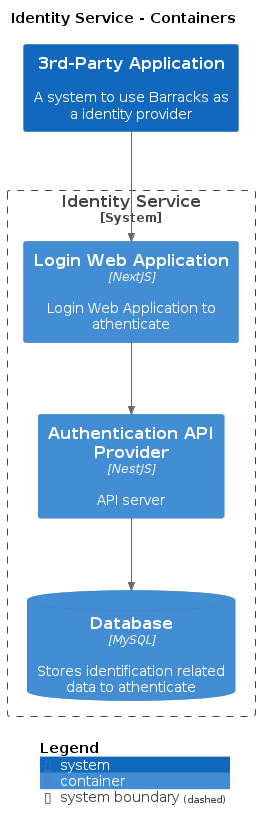
Earlier version of the PlantUML export master/png/Containers.png (IntellectusCorp/passguard-docs). Its diagram source:
```plantuml
@startuml
set separator none
title Identity Service - Containers

top to bottom direction

!include <C4/C4>
!include <C4/C4_Context>
!include <C4/C4_Container>

System(3rdPartyApplication, "3rd-Party Application", $descr="A system to use Barracks as a identity provider", $tags="", $link="")

System_Boundary("IdentityService_boundary", "Identity Service", $tags="") {
  Container(IdentityService.LoginWebApplication, "Login Web Application", $techn="NextJS", $descr="Login Web Application to athenticate", $tags="", $link="")
  Container(IdentityService.AuthenticationAPIProvider, "Authentication API Provider", $techn="NestJS", $descr="API server", $tags="", $link="")
  ContainerDb(IdentityService.Database, "Database", $techn="MySQL", $descr="Stores identification related data to athenticate", $tags="", $link="")
}

Rel(IdentityService.LoginWebApplication, IdentityService.AuthenticationAPIProvider, "", $techn="", $tags="", $link="")
Rel(IdentityService.AuthenticationAPIProvider, IdentityService.Database, "", $techn="", $tags="", $link="")
Rel(3rdPartyApplication, IdentityService.LoginWebApplication, "", $techn="", $tags="", $link="")

SHOW_LEGEND(true)
@enduml
```
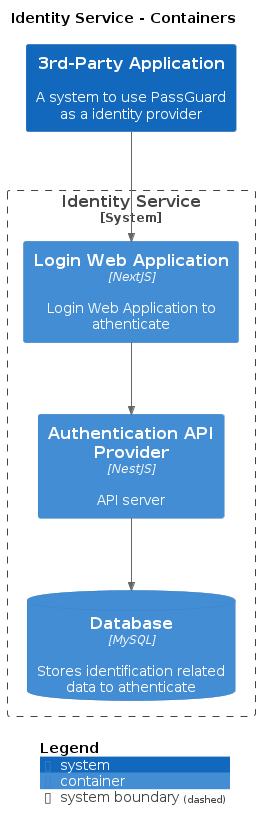
The same file after the commit.

Diff of the diagram source:
```diff
@@ -8,7 +8,7 @@
 !include <C4/C4_Context>
 !include <C4/C4_Container>
 
-System(3rdPartyApplication, "3rd-Party Application", $descr="A system to use Barracks as a identity provider", $tags="", $link="")
+System(3rdPartyApplication, "3rd-Party Application", $descr="A system to use PassGuard as a identity provider", $tags="", $link="")
 
 System_Boundary("IdentityService_boundary", "Identity Service", $tags="") {
   Container(IdentityService.LoginWebApplication, "Login Web Application", $techn="NextJS", $descr="Login Web Application to athenticate", $tags="", $link="")
```
